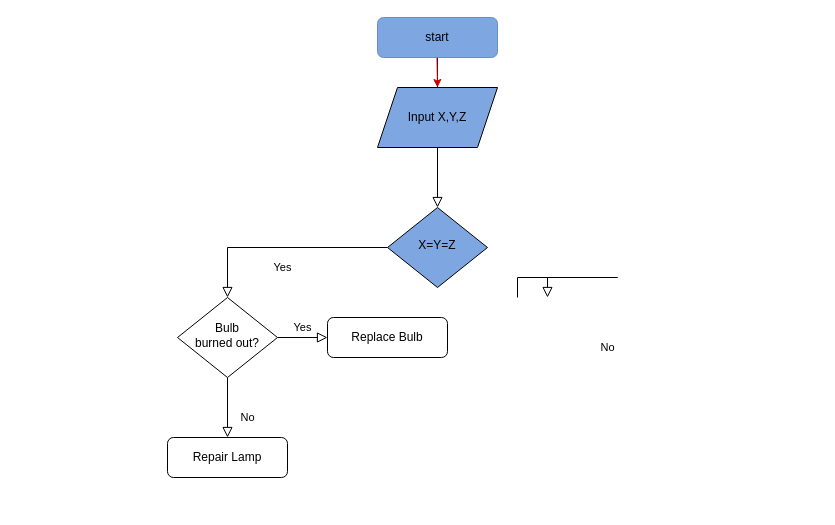
The draw.io diagram Untitled Diagram.drawio in quirkless701/Hello-world, before the edit. Source tidied: cells renumbered, new cells numbered last; positions are measured from the earlier drawing's top-left corner, leaving out a move shared by most shapes. Both pictures are drawn from the tidied source at 100%, with x=0, y=0 at pixel (167, 17).
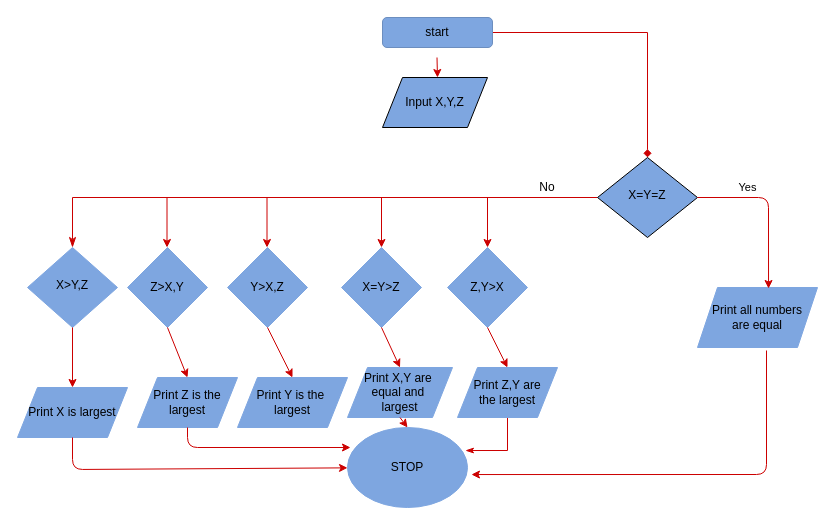
The same page after the edit.

Change to the diagram source:
```diff
@@
-    <mxCell id="2" style="rounded=0;html=1;jettySize=auto;fontSize=11;endArrow=block;endFill=0;endSize=8;strokeWidth=1;shadow=0;labelBackgroundColor=none;edgeStyle=orthogonalEdgeStyle;" parent="1" edge="1" source="3" target="6">
+    <mxCell id="2" style="rounded=0;html=1;jettySize=auto;fontSize=11;endArrow=diamond;endFill=1;strokeWidth=1;shadow=0;labelBackgroundColor=none;edgeStyle=orthogonalEdgeStyle;strokeColor=#CC0000;" parent="1" edge="1" source="3" target="6">
       <mxGeometry relative="1" as="geometry" />
     </mxCell>
     <mxCell id="3" value="start" style="rounded=1;whiteSpace=wrap;html=1;fontSize=12;glass=0;strokeWidth=1;shadow=0;strokeColor=#6c8ebf;fillColor=#7EA6E0;" parent="1" vertex="1">
-      <mxGeometry x="210" width="120" height="40" as="geometry" />
+      <mxGeometry x="215" width="110" height="30" as="geometry" />
     </mxCell>
-    <mxCell id="4" value="Yes" style="rounded=0;html=1;jettySize=auto;fontSize=11;endArrow=block;endFill=0;endSize=8;strokeWidth=1;shadow=0;labelBackgroundColor=none;edgeStyle=orthogonalEdgeStyle;" parent="1" edge="1" source="6" target="9">
-      <mxGeometry y="20" relative="1" as="geometry" />
+    <mxCell id="4" value="Yes" style="rounded=0;html=1;jettySize=auto;fontSize=11;endArrow=classicThin;endFill=1;endSize=8;strokeWidth=1;shadow=0;labelBackgroundColor=none;edgeStyle=orthogonalEdgeStyle;strokeColor=#CC0000;entryX=0.5;entryY=0;entryDx=0;entryDy=0;" parent="1" edge="1" source="6" target="9">
+      <mxGeometry x="-1" y="-150" relative="1" as="geometry">
+        <mxPoint x="150" y="140" as="offset" />
+      </mxGeometry>
     </mxCell>
-    <mxCell id="5" value="No" style="edgeStyle=orthogonalEdgeStyle;rounded=0;html=1;jettySize=auto;orthogonalLoop=1;fontSize=11;endArrow=block;endFill=0;endSize=8;strokeWidth=1;shadow=0;labelBackgroundColor=none;" parent="1" edge="1">
-      <mxGeometry x="-1" y="-103" relative="1" as="geometry">
-        <mxPoint x="350" y="280" as="sourcePoint" />
-        <mxPoint x="380" y="280" as="targetPoint" />
-        <Array as="points">
-          <mxPoint x="450" y="260" />
-          <mxPoint x="450" y="260" />
-        </Array>
-        <mxPoint x="-13" y="50" as="offset" />
-      </mxGeometry>
-    </mxCell>
     <mxCell id="6" value="X=Y=Z" style="rhombus;whiteSpace=wrap;html=1;shadow=0;fontFamily=Helvetica;fontSize=12;align=center;strokeWidth=1;spacing=6;spacingTop=-4;fillColor=#7EA6E0;" parent="1" vertex="1">
-      <mxGeometry x="220" y="190" width="100" height="80" as="geometry" />
+      <mxGeometry x="430" y="140" width="100" height="80" as="geometry" />
     </mxCell>
-    <mxCell id="7" value="No" style="rounded=0;html=1;jettySize=auto;fontSize=11;endArrow=block;endFill=0;endSize=8;strokeWidth=1;shadow=0;labelBackgroundColor=none;edgeStyle=orthogonalEdgeStyle;" parent="1" edge="1" source="9" target="10">
-      <mxGeometry x="0.33" y="20" relative="1" as="geometry" />
-    </mxCell>
-    <mxCell id="8" value="Yes" style="edgeStyle=orthogonalEdgeStyle;rounded=0;html=1;jettySize=auto;fontSize=11;endArrow=block;endFill=0;endSize=8;strokeWidth=1;shadow=0;labelBackgroundColor=none;" parent="1" edge="1" source="9" target="11">
-      <mxGeometry y="10" relative="1" as="geometry" />
-    </mxCell>
-    <mxCell id="9" value="Bulb&lt;br&gt;burned out?" style="rhombus;whiteSpace=wrap;html=1;shadow=0;fontFamily=Helvetica;fontSize=12;align=center;strokeWidth=1;spacing=6;spacingTop=-4;" parent="1" vertex="1">
-      <mxGeometry x="10" y="280" width="100" height="80" as="geometry" />
+    <mxCell id="9" value="X&amp;gt;Y,Z" style="rhombus;whiteSpace=wrap;html=1;shadow=0;fontFamily=Helvetica;fontSize=12;align=center;strokeWidth=1;spacing=6;spacingTop=-4;strokeColor=#7EA6E0;fillColor=#7EA6E0;" parent="1" vertex="1">
+      <mxGeometry x="-140" y="230" width="90" height="80" as="geometry" />
     </mxCell>
-    <mxCell id="10" value="Repair Lamp" style="rounded=1;whiteSpace=wrap;html=1;fontSize=12;glass=0;strokeWidth=1;shadow=0;" parent="1" vertex="1">
-      <mxGeometry y="420" width="120" height="40" as="geometry" />
-    </mxCell>
-    <mxCell id="11" value="Replace Bulb" style="rounded=1;whiteSpace=wrap;html=1;fontSize=12;glass=0;strokeWidth=1;shadow=0;" parent="1" vertex="1">
-      <mxGeometry x="160" y="300" width="120" height="40" as="geometry" />
-    </mxCell>
     <mxCell id="12" value="Input X,Y,Z" style="shape=parallelogram;perimeter=parallelogramPerimeter;whiteSpace=wrap;html=1;fixedSize=1;fillColor=#7EA6E0;" parent="1" vertex="1">
-      <mxGeometry x="210" y="70" width="120" height="60" as="geometry" />
+      <mxGeometry x="215" y="60" width="105" height="50" as="geometry" />
     </mxCell>
     <mxCell id="13" style="endArrow=classic;html=1;fontColor=#000000;strokeColor=#CC0000;" parent="1" edge="1">
       <mxGeometry relative="1" as="geometry">
         <mxPoint x="269.5" y="40" as="sourcePoint" />
-        <mxPoint x="270" y="70" as="targetPoint" />
+        <mxPoint x="270" y="60" as="targetPoint" />
       </mxGeometry>
     </mxCell>
+    <mxCell id="14" value="Print X is largest" style="shape=parallelogram;perimeter=parallelogramPerimeter;whiteSpace=wrap;html=1;fixedSize=1;shadow=0;fontColor=#000000;strokeColor=#7EA6E0;fillColor=#7EA6E0;" parent="1" vertex="1">
+      <mxGeometry x="-150" y="370" width="110" height="50" as="geometry" />
+    </mxCell>
+    <mxCell id="15" style="endArrow=classic;html=1;fontColor=#000000;strokeColor=#CC0000;exitX=0.5;exitY=1;exitDx=0;exitDy=0;entryX=0.5;entryY=0;entryDx=0;entryDy=0;" parent="1" edge="1" source="9" target="14">
+      <mxGeometry relative="1" as="geometry" />
+    </mxCell>
+    <mxCell id="16" style="endArrow=classic;html=1;fontColor=#000000;strokeColor=#CC0000;exitX=0.5;exitY=1;exitDx=0;exitDy=0;" parent="1" edge="1" source="14" target="17">
+      <mxGeometry relative="1" as="geometry">
+        <Array as="points">
+          <mxPoint x="-95" y="452" />
+        </Array>
+      </mxGeometry>
+    </mxCell>
+    <mxCell id="17" value="STOP" style="ellipse;whiteSpace=wrap;html=1;shadow=0;fontColor=#000000;strokeColor=#7EA6E0;fillColor=#7EA6E0;" parent="1" vertex="1">
+      <mxGeometry x="180" y="410" width="120" height="80" as="geometry" />
+    </mxCell>
+    <mxCell id="18" value="No" style="text;html=1;strokeColor=none;fillColor=none;align=center;verticalAlign=middle;whiteSpace=wrap;rounded=0;shadow=0;fontColor=#000000;" parent="1" vertex="1">
+      <mxGeometry x="360" y="160" width="40" height="20" as="geometry" />
+    </mxCell>
+    <mxCell id="19" style="endArrow=classic;html=1;fontColor=#000000;strokeColor=#CC0000;" parent="1" edge="1">
+      <mxGeometry relative="1" as="geometry">
+        <mxPoint x="-0.5" y="180" as="sourcePoint" />
+        <mxPoint x="-0.5" y="230" as="targetPoint" />
+      </mxGeometry>
+    </mxCell>
+    <mxCell id="20" value="Z&amp;gt;X,Y" style="rhombus;whiteSpace=wrap;html=1;shadow=0;fontColor=#000000;strokeColor=#7EA6E0;fillColor=#7EA6E0;" parent="1" vertex="1">
+      <mxGeometry x="-40" y="230" width="80" height="80" as="geometry" />
+    </mxCell>
+    <mxCell id="21" value="Print Z is the &lt;br&gt;largest" style="shape=parallelogram;perimeter=parallelogramPerimeter;whiteSpace=wrap;html=1;fixedSize=1;shadow=0;fontColor=#000000;strokeColor=#7EA6E0;fillColor=#7EA6E0;" parent="1" vertex="1">
+      <mxGeometry x="-30" y="360" width="100" height="50" as="geometry" />
+    </mxCell>
+    <mxCell id="22" style="endArrow=classic;html=1;fontColor=#000000;strokeColor=#CC0000;exitX=0.5;exitY=1;exitDx=0;exitDy=0;entryX=0.025;entryY=0.25;entryDx=0;entryDy=0;entryPerimeter=0;" parent="1" edge="1" source="21" target="17">
+      <mxGeometry relative="1" as="geometry">
+        <Array as="points">
+          <mxPoint x="20" y="430" />
+        </Array>
+      </mxGeometry>
+    </mxCell>
+    <mxCell id="23" style="endArrow=classic;html=1;fontColor=#000000;strokeColor=#CC0000;" parent="1" edge="1">
+      <mxGeometry relative="1" as="geometry">
+        <mxPoint x="99.5" y="180" as="sourcePoint" />
+        <mxPoint x="99.5" y="230" as="targetPoint" />
+      </mxGeometry>
+    </mxCell>
+    <mxCell id="24" value="Y&amp;gt;X,Z" style="rhombus;whiteSpace=wrap;html=1;shadow=0;fontColor=#000000;strokeColor=#7EA6E0;fillColor=#7EA6E0;" parent="1" vertex="1">
+      <mxGeometry x="60" y="230" width="80" height="80" as="geometry" />
+    </mxCell>
+    <mxCell id="25" style="endArrow=classic;html=1;fontColor=#000000;strokeColor=#CC0000;exitX=0.5;exitY=1;exitDx=0;exitDy=0;entryX=0.5;entryY=0;entryDx=0;entryDy=0;" parent="1" edge="1" source="20" target="21">
+      <mxGeometry relative="1" as="geometry" />
+    </mxCell>
+    <mxCell id="26" style="endArrow=classic;html=1;fontColor=#000000;strokeColor=#CC0000;exitX=0.5;exitY=1;exitDx=0;exitDy=0;entryX=0.5;entryY=0;entryDx=0;entryDy=0;" parent="1" edge="1" source="24" target="27">
+      <mxGeometry relative="1" as="geometry" />
+    </mxCell>
+    <mxCell id="27" value="Print Y is the&amp;nbsp;&lt;br&gt;largest" style="shape=parallelogram;perimeter=parallelogramPerimeter;whiteSpace=wrap;html=1;fixedSize=1;shadow=0;fontColor=#000000;strokeColor=#7EA6E0;fillColor=#7EA6E0;" parent="1" vertex="1">
+      <mxGeometry x="70" y="360" width="110" height="50" as="geometry" />
+    </mxCell>
+    <mxCell id="28" style="endArrow=classic;html=1;fontColor=#000000;strokeColor=#CC0000;entryX=0.5;entryY=0;entryDx=0;entryDy=0;" parent="1" edge="1" target="29">
+      <mxGeometry relative="1" as="geometry">
+        <mxPoint x="214" y="180" as="sourcePoint" />
+      </mxGeometry>
+    </mxCell>
+    <mxCell id="29" value="X=Y&amp;gt;Z" style="rhombus;whiteSpace=wrap;html=1;shadow=0;fontColor=#000000;strokeColor=#7EA6E0;fillColor=#7EA6E0;" parent="1" vertex="1">
+      <mxGeometry x="174" y="230" width="80" height="80" as="geometry" />
+    </mxCell>
+    <mxCell id="30" value="Print X,Y are&amp;nbsp;&lt;br&gt;equal and&amp;nbsp;&lt;br&gt;largest" style="shape=parallelogram;perimeter=parallelogramPerimeter;whiteSpace=wrap;html=1;fixedSize=1;shadow=0;fontColor=#000000;strokeColor=#7EA6E0;fillColor=#7EA6E0;" parent="1" vertex="1">
+      <mxGeometry x="180" y="350" width="105" height="50" as="geometry" />
+    </mxCell>
+    <mxCell id="31" style="endArrow=classic;html=1;fontColor=#000000;strokeColor=#CC0000;exitX=0.5;exitY=1;exitDx=0;exitDy=0;entryX=0.5;entryY=0;entryDx=0;entryDy=0;" parent="1" edge="1" source="29" target="30">
+      <mxGeometry relative="1" as="geometry" />
+    </mxCell>
+    <mxCell id="32" style="endArrow=classic;html=1;fontColor=#000000;strokeColor=#CC0000;exitX=0.5;exitY=1;exitDx=0;exitDy=0;entryX=0.5;entryY=0;entryDx=0;entryDy=0;" parent="1" edge="1" source="30" target="17">
+      <mxGeometry relative="1" as="geometry" />
+    </mxCell>
+    <mxCell id="33" value="Z,Y&amp;gt;X" style="rhombus;whiteSpace=wrap;html=1;shadow=0;fontColor=#000000;strokeColor=#7EA6E0;fillColor=#7EA6E0;" parent="1" vertex="1">
+      <mxGeometry x="280" y="230" width="80" height="80" as="geometry" />
+    </mxCell>
+    <mxCell id="34" style="endArrow=classic;html=1;fontColor=#000000;strokeColor=#CC0000;entryX=0.5;entryY=0;entryDx=0;entryDy=0;" parent="1" edge="1" target="33">
+      <mxGeometry relative="1" as="geometry">
+        <mxPoint x="320" y="180" as="sourcePoint" />
+      </mxGeometry>
+    </mxCell>
+    <mxCell id="35" style="edgeStyle=orthogonalEdgeStyle;rounded=0;jettySize=auto;html=1;fontColor=#000000;endArrow=classicThin;endFill=1;strokeColor=#CC0000;entryX=0.983;entryY=0.288;entryDx=0;entryDy=0;entryPerimeter=0;" parent="1" edge="1" source="36" target="17">
+      <mxGeometry relative="1" as="geometry">
+        <Array as="points">
+          <mxPoint x="340" y="433" />
+        </Array>
+      </mxGeometry>
+    </mxCell>
+    <mxCell id="36" value="Print Z,Y are&lt;br&gt;the largest" style="shape=parallelogram;perimeter=parallelogramPerimeter;whiteSpace=wrap;html=1;fixedSize=1;shadow=0;fontColor=#000000;strokeColor=#7EA6E0;fillColor=#7EA6E0;" parent="1" vertex="1">
+      <mxGeometry x="290" y="350" width="100" height="50" as="geometry" />
+    </mxCell>
+    <mxCell id="37" value="Print all numbers&lt;br&gt;are equal" style="shape=parallelogram;perimeter=parallelogramPerimeter;whiteSpace=wrap;html=1;fixedSize=1;shadow=0;fontColor=#000000;strokeColor=#7EA6E0;fillColor=#7EA6E0;" parent="1" vertex="1">
+      <mxGeometry x="530" y="270" width="120" height="60" as="geometry" />
+    </mxCell>
+    <mxCell id="38" style="endArrow=classic;html=1;fontColor=#000000;strokeColor=#CC0000;exitX=1;exitY=0.5;exitDx=0;exitDy=0;entryX=0.592;entryY=0.017;entryDx=0;entryDy=0;entryPerimeter=0;" parent="1" edge="1" source="6" target="37">
+      <mxGeometry relative="1" as="geometry">
+        <Array as="points">
+          <mxPoint x="601" y="180" />
+        </Array>
+      </mxGeometry>
+    </mxCell>
+    <mxCell id="39" style="endArrow=classic;html=1;fontColor=#000000;strokeColor=#CC0000;exitX=0.5;exitY=1;exitDx=0;exitDy=0;" parent="1" edge="1" source="33">
+      <mxGeometry relative="1" as="geometry">
+        <mxPoint x="340" y="350" as="targetPoint" />
+      </mxGeometry>
+    </mxCell>
+    <mxCell id="40" style="endArrow=classic;html=1;fontColor=#000000;strokeColor=#CC0000;exitX=0.575;exitY=1.05;exitDx=0;exitDy=0;exitPerimeter=0;entryX=1.033;entryY=0.588;entryDx=0;entryDy=0;entryPerimeter=0;" parent="1" edge="1" source="37" target="17">
+      <mxGeometry relative="1" as="geometry">
+        <Array as="points">
+          <mxPoint x="599" y="457" />
+        </Array>
+      </mxGeometry>
+    </mxCell>
```
